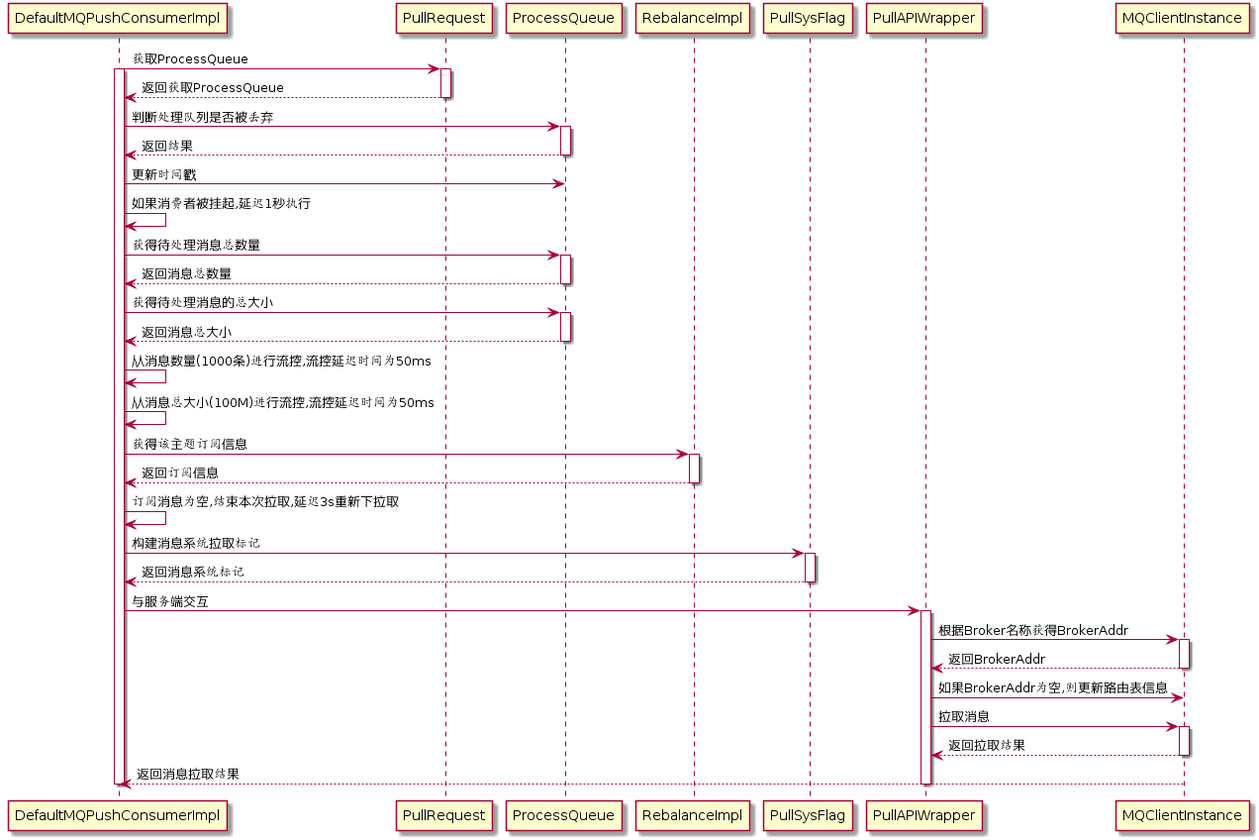
Before: RocketMQ/img/消息拉取基本流程.png, a diagram exported from PlantUML (DillonDong/notes). Source of this version:
```plantuml
@startuml
DefaultMQPushConsumerImpl->PullRequest:获取ProcessQueue
activate DefaultMQPushConsumerImpl
activate PullRequest
PullRequest-->DefaultMQPushConsumerImpl:返回获取ProcessQueue
deactivate PullRequest
DefaultMQPushConsumerImpl->ProcessQueue:判断处理队列是否被丢弃
activate ProcessQueue
ProcessQueue-->DefaultMQPushConsumerImpl:返回结果
deactivate ProcessQueue
DefaultMQPushConsumerImpl->ProcessQueue:更新时间戳
DefaultMQPushConsumerImpl->DefaultMQPushConsumerImpl:如果消费者被挂起,延迟1秒执行
DefaultMQPushConsumerImpl->ProcessQueue:获得待处理消息总数量
activate ProcessQueue
ProcessQueue-->DefaultMQPushConsumerImpl:返回消息总数量
deactivate ProcessQueue
DefaultMQPushConsumerImpl->ProcessQueue:获得待处理消息的总大小
activate ProcessQueue
ProcessQueue-->DefaultMQPushConsumerImpl:返回消息总大小
deactivate ProcessQueue
DefaultMQPushConsumerImpl->DefaultMQPushConsumerImpl:从消息数量(1000条)进行流控,流控延迟时间为50ms
DefaultMQPushConsumerImpl->DefaultMQPushConsumerImpl:从消息总大小(100M)进行流控,流控延迟时间为50ms
DefaultMQPushConsumerImpl->RebalanceImpl:获得该主题订阅信息
activate RebalanceImpl
RebalanceImpl-->DefaultMQPushConsumerImpl:返回订阅信息
deactivate RebalanceImpl
DefaultMQPushConsumerImpl->DefaultMQPushConsumerImpl:订阅消息为空,结束本次拉取,延迟3s重新下拉取
DefaultMQPushConsumerImpl->PullSysFlag:构建消息系统拉取标记
activate PullSysFlag
PullSysFlag-->DefaultMQPushConsumerImpl:返回消息系统标记
deactivate PullSysFlag
DefaultMQPushConsumerImpl->PullAPIWrapper:与服务端交互
activate PullAPIWrapper
PullAPIWrapper->MQClientInstance:根据Broker名称获得BrokerAddr
activate MQClientInstance
MQClientInstance-->PullAPIWrapper:返回BrokerAddr
deactivate MQClientInstance
PullAPIWrapper->MQClientInstance:如果BrokerAddr为空,则更新路由表信息
PullAPIWrapper->MQClientInstance:拉取消息
activate MQClientInstance
MQClientInstance-->PullAPIWrapper:返回拉取结果
deactivate MQClientInstance
MQClientInstance-->DefaultMQPushConsumerImpl:返回消息拉取结果
deactivate PullAPIWrapper
deactivate DefaultMQPushConsumerImpl
@enduml
```
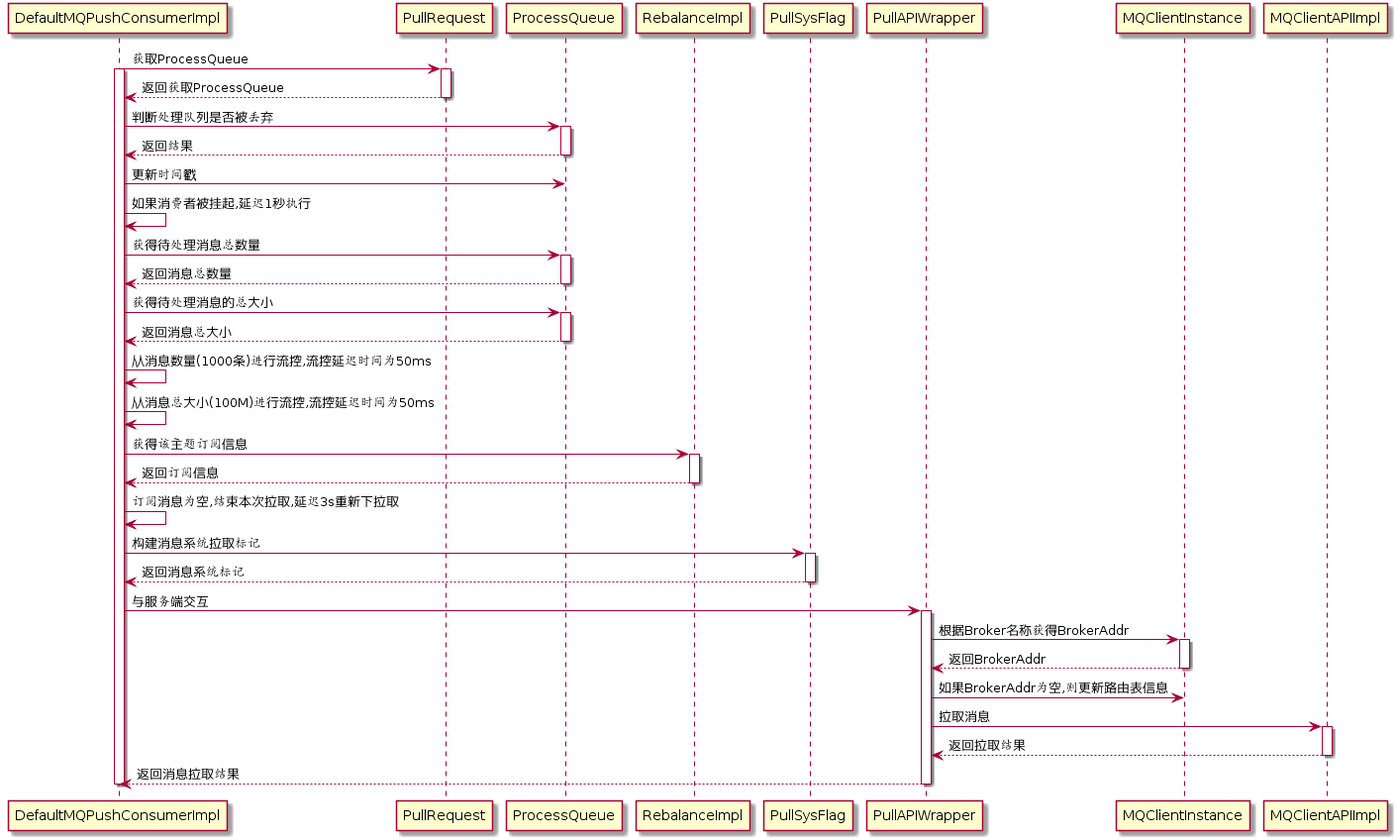
After the commit.

Change to the diagram source:
```diff
@@ -36,11 +36,11 @@
 MQClientInstance-->PullAPIWrapper:返回BrokerAddr
 deactivate MQClientInstance
 PullAPIWrapper->MQClientInstance:如果BrokerAddr为空,则更新路由表信息
-PullAPIWrapper->MQClientInstance:拉取消息
-activate MQClientInstance
-MQClientInstance-->PullAPIWrapper:返回拉取结果
-deactivate MQClientInstance
-MQClientInstance-->DefaultMQPushConsumerImpl:返回消息拉取结果
+PullAPIWrapper->MQClientAPIImpl:拉取消息
+activate MQClientAPIImpl
+MQClientAPIImpl-->PullAPIWrapper:返回拉取结果
+deactivate MQClientAPIImpl
+PullAPIWrapper-->DefaultMQPushConsumerImpl:返回消息拉取结果
 deactivate PullAPIWrapper
 deactivate DefaultMQPushConsumerImpl
 @enduml
```
